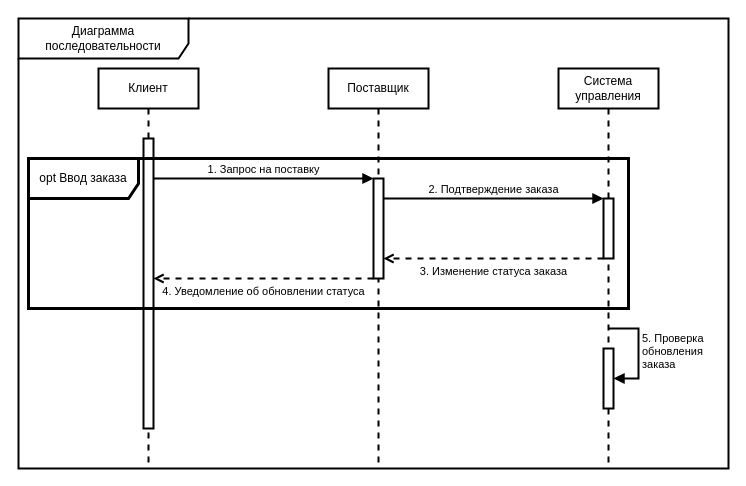
Earlier version of the draw.io diagram page "Page-1" (1 of 3) of 1.drawio (Helpmepleaseitishard/Aikms). Source tidied: cells renumbered, new cells numbered last; positions are measured from the earlier drawing's top-left corner, leaving out a move shared by most shapes. Both pictures are drawn from the tidied source at 100%, with x=0, y=0 at pixel (18, 18).
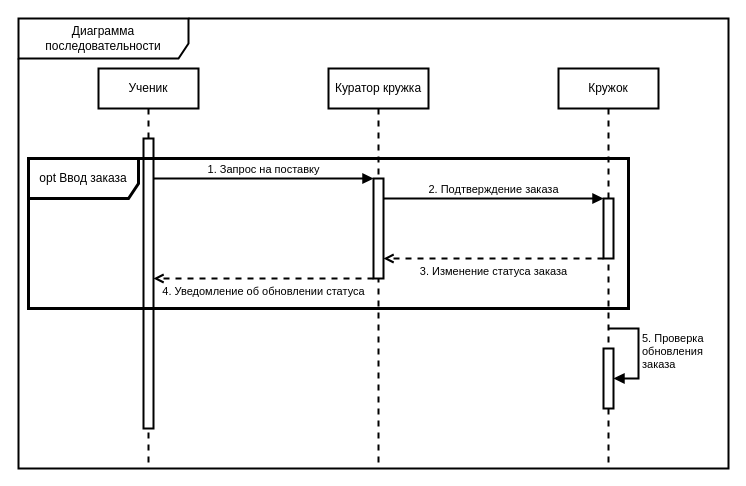
The same page after the edit.

Change to the diagram source:
```diff
@@
-    <mxCell id="3" value="Клиент" style="shape=umlLifeline;perimeter=lifelinePerimeter;whiteSpace=wrap;html=1;newEdgeStyle={&quot;curved&quot;:0,&quot;rounded&quot;:0};strokeWidth=2;" parent="1" vertex="1">
+    <mxCell id="3" value="Ученик" style="shape=umlLifeline;perimeter=lifelinePerimeter;whiteSpace=wrap;html=1;newEdgeStyle={&quot;curved&quot;:0,&quot;rounded&quot;:0};strokeWidth=2;" parent="1" vertex="1">
       <mxGeometry x="80" y="50" width="100" height="400" as="geometry" />
     </mxCell>
@@
-    <mxCell id="5" value="Поставщик" style="shape=umlLifeline;perimeter=lifelinePerimeter;whiteSpace=wrap;html=1;newEdgeStyle={&quot;curved&quot;:0,&quot;rounded&quot;:0};strokeWidth=2;" parent="1" vertex="1">
+    <mxCell id="5" value="Куратор кружка" style="shape=umlLifeline;perimeter=lifelinePerimeter;whiteSpace=wrap;html=1;newEdgeStyle={&quot;curved&quot;:0,&quot;rounded&quot;:0};strokeWidth=2;" parent="1" vertex="1">
       <mxGeometry x="310" y="50" width="100" height="400" as="geometry" />
     </mxCell>
@@
-    <mxCell id="7" value="Система управления" style="shape=umlLifeline;perimeter=lifelinePerimeter;whiteSpace=wrap;html=1;newEdgeStyle={&quot;curved&quot;:0,&quot;rounded&quot;:0};strokeWidth=2;" parent="1" vertex="1">
+    <mxCell id="7" value="Кружок" style="shape=umlLifeline;perimeter=lifelinePerimeter;whiteSpace=wrap;html=1;newEdgeStyle={&quot;curved&quot;:0,&quot;rounded&quot;:0};strokeWidth=2;" parent="1" vertex="1">
       <mxGeometry x="540" y="50" width="100" height="400" as="geometry" />
     </mxCell>
```
